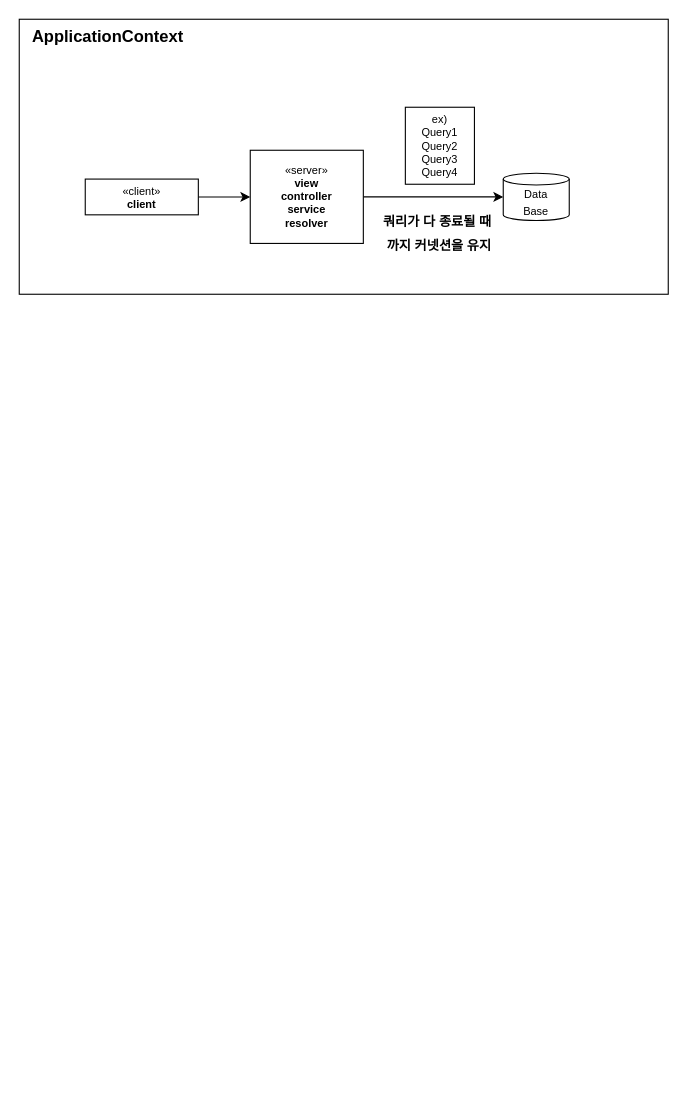
Above: _posts/BackendSchool(멋사)/수업깜지.drawio in kknaks/kknaks.github.io (draw.io), before the change. Source tidied: cells renumbered, new cells numbered last; positions are measured from the earlier drawing's top-left corner, leaving out a move shared by most shapes. Both pictures are drawn from the tidied source at 110%, with x=0, y=0 at pixel (19, 19).
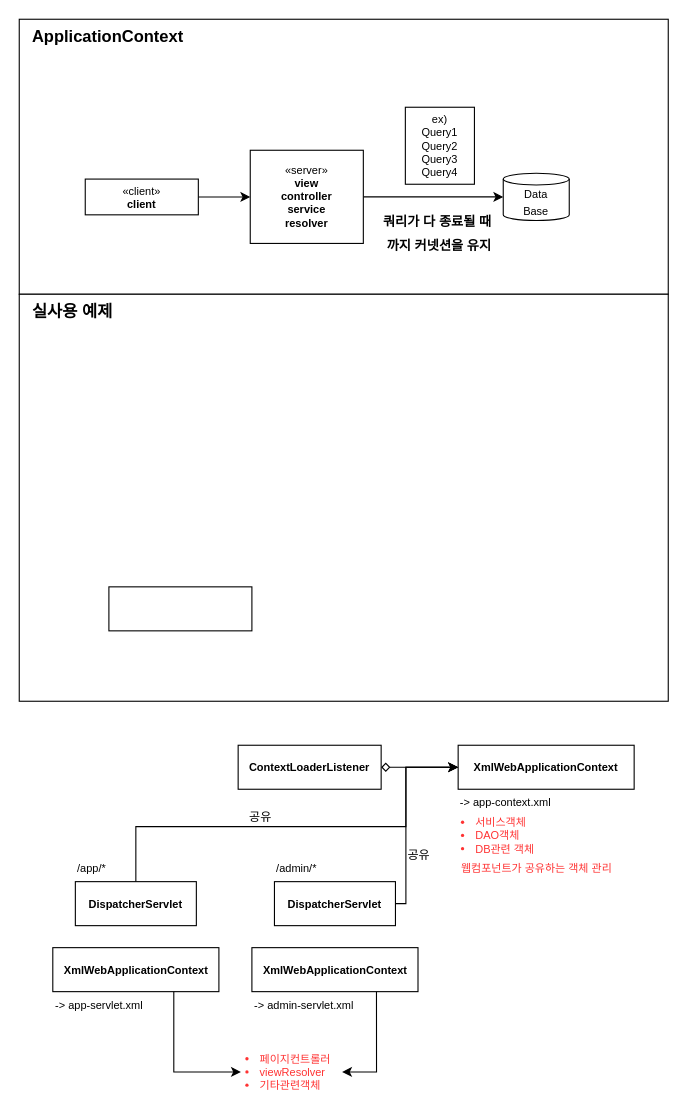
After the change.

The edit, as a diff of the source:
```diff
@@
+    <mxCell id="10" value="실사용 예제" style="rounded=0;whiteSpace=wrap;html=1;verticalAlign=top;fontStyle=1;fontSize=15;align=left;spacingLeft=10;" parent="1" vertex="1">
+      <mxGeometry y="250" width="590" height="370" as="geometry" />
+    </mxCell>
+    <mxCell id="11" value="&lt;b style=&quot;font-size: 10px;&quot;&gt;ContextLoaderListener&lt;/b&gt;" style="html=1;whiteSpace=wrap;fontSize=10;" parent="1" vertex="1">
+      <mxGeometry x="199" y="660" width="130" height="40" as="geometry" />
+    </mxCell>
+    <mxCell id="12" style="edgeStyle=orthogonalEdgeStyle;rounded=0;jettySize=auto;html=1;entryX=0;entryY=0.5;entryDx=0;entryDy=0;startArrow=diamond;startFill=0;" parent="1" edge="1" source="11" target="13">
+      <mxGeometry relative="1" as="geometry" />
+    </mxCell>
+    <mxCell id="13" value="&lt;b style=&quot;font-size: 10px;&quot;&gt;XmlWebApplicationContext&lt;/b&gt;" style="html=1;whiteSpace=wrap;fontSize=10;" parent="1" vertex="1">
+      <mxGeometry x="399" y="660" width="160" height="40" as="geometry" />
+    </mxCell>
+    <mxCell id="14" style="edgeStyle=orthogonalEdgeStyle;rounded=0;jettySize=auto;html=1;entryX=0;entryY=0.5;entryDx=0;entryDy=0;" parent="1" edge="1" source="16" target="13">
+      <mxGeometry relative="1" as="geometry">
+        <Array as="points">
+          <mxPoint x="106.5" y="734" />
+          <mxPoint x="351.5" y="734" />
+          <mxPoint x="351.5" y="680" />
+        </Array>
+      </mxGeometry>
+    </mxCell>
+    <mxCell id="15" value="공유" style="edgeLabel;html=1;align=center;verticalAlign=middle;" parent="14" vertex="1">
+      <mxGeometry x="-0.1" relative="1" as="geometry">
+        <mxPoint x="-17" y="-10" as="offset" />
+      </mxGeometry>
+    </mxCell>
+    <mxCell id="16" value="&lt;b style=&quot;font-size: 10px;&quot;&gt;DispatcherServlet&lt;/b&gt;" style="html=1;whiteSpace=wrap;fontSize=10;" parent="1" vertex="1">
+      <mxGeometry x="51" y="784" width="110" height="40" as="geometry" />
+    </mxCell>
+    <mxCell id="17" style="edgeStyle=orthogonalEdgeStyle;rounded=0;jettySize=auto;html=1;entryX=0;entryY=0.5;entryDx=0;entryDy=0;" parent="1" edge="1" source="19" target="13">
+      <mxGeometry relative="1" as="geometry">
+        <Array as="points">
+          <mxPoint x="351.5" y="804" />
+          <mxPoint x="351.5" y="680" />
+        </Array>
+      </mxGeometry>
+    </mxCell>
+    <mxCell id="18" value="공유" style="edgeLabel;html=1;align=center;verticalAlign=middle;" parent="17" vertex="1">
+      <mxGeometry x="-0.43" y="-1" relative="1" as="geometry">
+        <mxPoint x="10" y="-2" as="offset" />
+      </mxGeometry>
+    </mxCell>
+    <mxCell id="19" value="&lt;b style=&quot;font-size: 10px;&quot;&gt;DispatcherServlet&lt;/b&gt;" style="html=1;whiteSpace=wrap;fontSize=10;" parent="1" vertex="1">
+      <mxGeometry x="232" y="784" width="110" height="40" as="geometry" />
+    </mxCell>
+    <mxCell id="20" value="/app/*" style="text;html=1;align=left;verticalAlign=middle;whiteSpace=wrap;rounded=0;fontColor=#000000;fontSize=10;fontStyle=0;strokeColor=none;" parent="1" vertex="1">
+      <mxGeometry x="51" y="760" width="110.5" height="24" as="geometry" />
+    </mxCell>
+    <mxCell id="21" value="/admin/*" style="text;html=1;align=left;verticalAlign=middle;whiteSpace=wrap;rounded=0;fontColor=#000000;fontSize=10;fontStyle=0;strokeColor=none;" parent="1" vertex="1">
+      <mxGeometry x="231.8" y="760" width="110" height="24" as="geometry" />
+    </mxCell>
+    <mxCell id="22" value="&lt;b style=&quot;font-size: 10px;&quot;&gt;XmlWebApplicationContext&lt;/b&gt;" style="html=1;whiteSpace=wrap;fontSize=10;" parent="1" vertex="1">
+      <mxGeometry x="30.5" y="844" width="151" height="40" as="geometry" />
+    </mxCell>
+    <mxCell id="23" value="&lt;b style=&quot;font-size: 10px;&quot;&gt;XmlWebApplicationContext&lt;/b&gt;" style="html=1;whiteSpace=wrap;fontSize=10;" parent="1" vertex="1">
+      <mxGeometry x="211.5" y="844" width="151" height="40" as="geometry" />
+    </mxCell>
+    <mxCell id="24" value="-&amp;gt; app-context.xml" style="text;html=1;align=left;verticalAlign=middle;whiteSpace=wrap;rounded=0;fontColor=#000000;fontSize=10;fontStyle=0;strokeColor=none;" parent="1" vertex="1">
+      <mxGeometry x="399" y="700" width="110" height="24" as="geometry" />
+    </mxCell>
+    <mxCell id="25" value="-&amp;gt; app-servlet.xml" style="text;html=1;align=left;verticalAlign=middle;whiteSpace=wrap;rounded=0;fontColor=#000000;fontSize=10;fontStyle=0;strokeColor=none;points=[[0,0,0,0,0],[0,0.25,0,0,0],[0,0.5,0,0,0],[0,0.75,0,0,0],[0,1,0,0,0],[0.25,0,0,0,0],[0.25,1,0,0,0],[0.5,0,0,0,0],[0.5,1,0,0,0],[0.75,0,0,0,0],[0.75,1,0,0,0],[1,0,0,0,0],[1,0.25,0,0,0],[1,0.34,0,0,0],[1,0.5,0,0,0],[1,0.75,0,0,0],[1,0.84,0,0,0],[1,1,0,0,0]];" parent="1" vertex="1">
+      <mxGeometry x="30.5" y="884" width="110" height="24" as="geometry" />
+    </mxCell>
+    <mxCell id="26" value="-&amp;gt; admin-servlet.xml" style="text;html=1;align=left;verticalAlign=middle;whiteSpace=wrap;rounded=0;fontColor=#000000;fontSize=10;fontStyle=0;strokeColor=none;" parent="1" vertex="1">
+      <mxGeometry x="211.5" y="884" width="110" height="24" as="geometry" />
+    </mxCell>
+    <mxCell id="27" value="&lt;ul style=&quot;padding-left: 15px; margin-top: 0px; margin-right: 0px; margin-bottom: 0px;&quot;&gt;&lt;li&gt;페이지컨트롤러&lt;/li&gt;&lt;li&gt;viewResolver&lt;/li&gt;&lt;li&gt;기타관련객체&lt;/li&gt;&lt;/ul&gt;" style="text;html=1;align=left;verticalAlign=middle;whiteSpace=wrap;rounded=0;fontColor=#FF3333;fontSize=10;fontStyle=0;strokeColor=none;points=[[0,0,0,0,0],[0,0.25,0,0,0],[0,0.5,0,0,0],[0,0.75,0,0,0],[0,1,0,0,0],[0.25,0,0,0,0],[0.25,1,0,0,0],[0.5,0,0,0,0],[0.5,1,0,0,0],[0.75,0,0,0,0],[0.75,1,0,0,0],[1,0,0,0,0],[1,0.25,0,0,0],[1,0.34,0,0,0],[1,0.5,0,0,0],[1,0.75,0,0,0],[1,0.84,0,0,0],[1,1,0,0,0]];" parent="1" vertex="1">
+      <mxGeometry x="201.5" y="934" width="92" height="46" as="geometry" />
+    </mxCell>
+    <mxCell id="28" value="&lt;ul style=&quot;padding-left: 15px; margin-top: 0px; margin-right: 0px; margin-bottom: 0px;&quot;&gt;&lt;li&gt;서비스객체&lt;/li&gt;&lt;li&gt;DAO객체&lt;/li&gt;&lt;li&gt;DB관련 객체&amp;nbsp;&lt;/li&gt;&lt;/ul&gt;" style="text;html=1;align=left;verticalAlign=middle;whiteSpace=wrap;rounded=0;fontColor=#FF3333;fontSize=10;fontStyle=0;strokeColor=none;" parent="1" vertex="1">
+      <mxGeometry x="398" y="724" width="151" height="36" as="geometry" />
+    </mxCell>
+    <mxCell id="29" value="웹컴포넌트가 공유하는 객체 관리" style="text;html=1;align=left;verticalAlign=middle;whiteSpace=wrap;rounded=0;fontColor=#FF3333;fontSize=10;fontStyle=0;strokeColor=none;" parent="1" vertex="1">
+      <mxGeometry x="400.2" y="760" width="159.2" height="24" as="geometry" />
+    </mxCell>
+    <mxCell id="30" style="edgeStyle=orthogonalEdgeStyle;rounded=0;jettySize=auto;html=1;exitX=1;exitY=0;exitDx=0;exitDy=0;exitPerimeter=0;entryX=0;entryY=0.5;entryDx=0;entryDy=0;entryPerimeter=0;" parent="1" edge="1" source="25" target="27">
+      <mxGeometry relative="1" as="geometry">
+        <Array as="points">
+          <mxPoint x="140.5" y="957" />
+        </Array>
+      </mxGeometry>
+    </mxCell>
+    <mxCell id="31" style="edgeStyle=orthogonalEdgeStyle;rounded=0;jettySize=auto;html=1;exitX=0.75;exitY=1;exitDx=0;exitDy=0;entryX=1;entryY=0.5;entryDx=0;entryDy=0;entryPerimeter=0;" parent="1" edge="1" source="23" target="27">
+      <mxGeometry relative="1" as="geometry" />
+    </mxCell>
+    <mxCell id="32" style="html=1;whiteSpace=wrap;fontSize=10;" parent="1" vertex="1">
+      <mxGeometry x="81.5" y="516" width="130" height="40" as="geometry" />
+    </mxCell>
```
